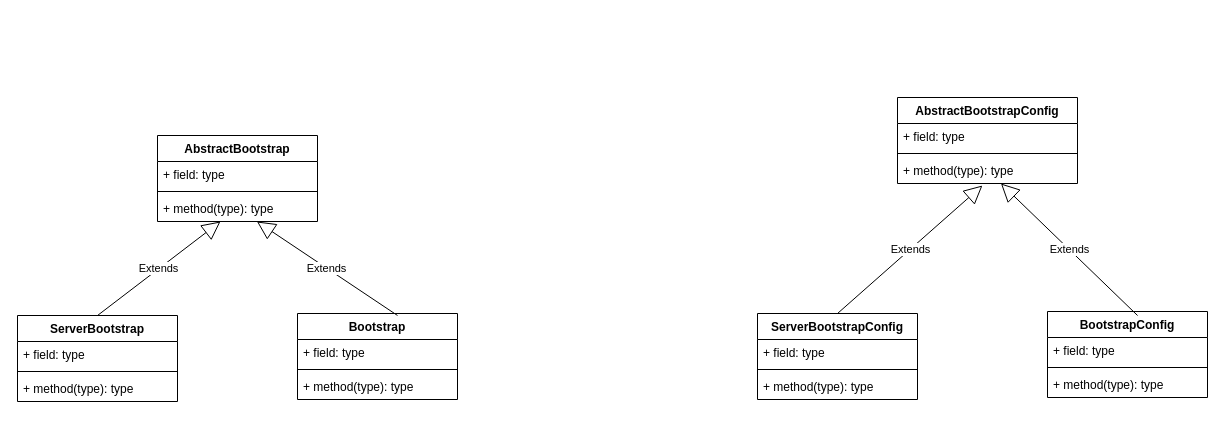
tadsimons/draw keeps this draw.io diagram as page "bootstrap" (2 of 11) of netty.drawio. Above is the earlier version. Source tidied: cells renumbered, new cells numbered last; positions are measured from the earlier drawing's top-left corner, leaving out a move shared by most shapes. Both pictures are drawn from the tidied source at 100%, with x=0, y=0 at pixel (17, 97).
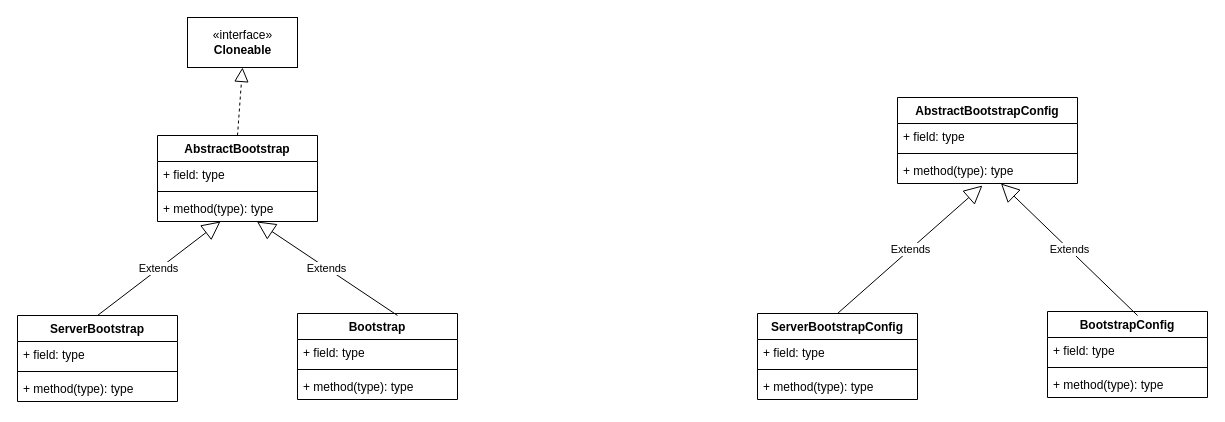
The same diagram, later.

The change refers to these unchanged cells:
```xml
<mxCell id="2" value="AbstractBootstrap" style="swimlane;fontStyle=1;align=center;verticalAlign=top;horizontal=1;startSize=26;" parent="1" vertex="1">
  <mxGeometry x="140" y="38" width="160" height="86" as="geometry" />
</mxCell>
```

The edit, as a diff of the source:
```diff
@@
+    <mxCell id="30" value="«interface»&lt;br&gt;&lt;b&gt;Cloneable&lt;/b&gt;" style="html=1;fillColor=#FFFFFF;" parent="1" vertex="1">
+      <mxGeometry x="170" y="-80" width="110" height="50" as="geometry" />
+    </mxCell>
+    <mxCell id="31" style="endArrow=block;dashed=1;endFill=0;endSize=12;html=1;entryX=0.5;entryY=1;entryDx=0;entryDy=0;exitX=0.5;exitY=0;exitDx=0;exitDy=0;" parent="1" edge="1" source="2" target="30">
+      <mxGeometry relative="1" as="geometry" />
+    </mxCell>
```
